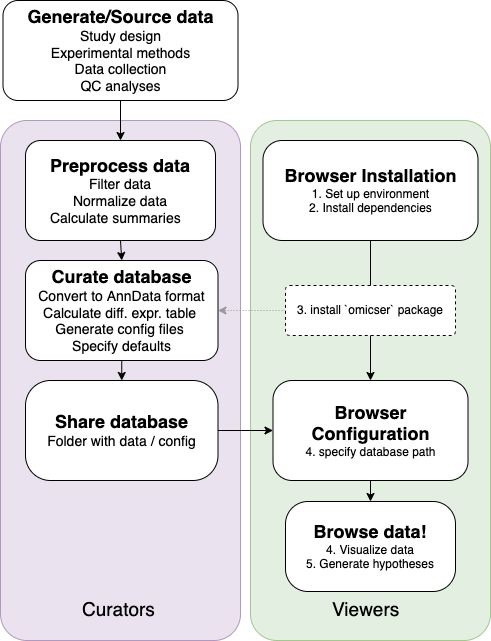
This is man/figures/README-omicser-overview.png from ndcn/omicser, a draw.io export, as it was before one commit. Source tidied: cells renumbered, new cells last; positions are measured from the earlier drawing's top-left corner, leaving out a move shared by most shapes.
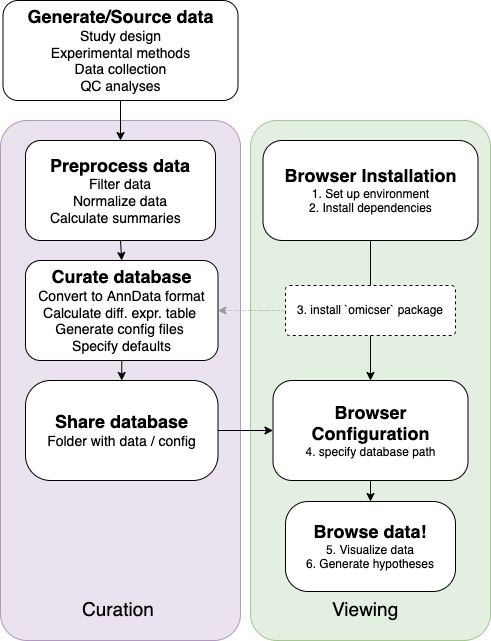
After the commit.

Diff of the diagram source:
```diff
@@ -29,13 +29,13 @@
     <mxCell id="10" value="&lt;span style=&quot;font-size: 18px&quot;&gt;&lt;b&gt;Share database&lt;br&gt;&lt;/b&gt;&lt;/span&gt;&lt;span style=&quot;font-size: 14px&quot;&gt;Folder with data / config&lt;/span&gt;" style="rounded=1;whiteSpace=wrap;html=1;align=center;arcSize=25;" parent="1" vertex="1">
       <mxGeometry x="25" y="380" width="192.5" height="100" as="geometry" />
     </mxCell>
-    <mxCell id="11" value="&lt;span style=&quot;font-size: 18px&quot;&gt;&lt;b&gt;Browse data!&lt;br&gt;&lt;/b&gt;&lt;/span&gt;4. Visualize data&lt;br&gt;5. Generate hypotheses" style="rounded=1;whiteSpace=wrap;html=1;align=center;arcSize=25;" parent="1" vertex="1">
+    <mxCell id="11" value="&lt;span style=&quot;font-size: 18px&quot;&gt;&lt;b&gt;Browse data!&lt;br&gt;&lt;/b&gt;&lt;/span&gt;5. Visualize data&lt;br&gt;6. Generate hypotheses" style="rounded=1;whiteSpace=wrap;html=1;align=center;arcSize=25;" parent="1" vertex="1">
       <mxGeometry x="285" y="501" width="170" height="90" as="geometry" />
     </mxCell>
-    <mxCell id="12" value="&lt;span style=&quot;font-size: 19px&quot;&gt;Viewers&lt;/span&gt;" style="text;whiteSpace=wrap;html=1;" parent="1" vertex="1">
+    <mxCell id="12" value="&lt;span style=&quot;font-size: 19px&quot;&gt;Viewing&lt;/span&gt;" style="text;whiteSpace=wrap;html=1;" parent="1" vertex="1">
       <mxGeometry x="330" y="591" width="80" height="30" as="geometry" />
     </mxCell>
-    <mxCell id="13" value="Curators" style="text;whiteSpace=wrap;fontSize=19;" parent="1" vertex="1">
+    <mxCell id="13" value="Curation" style="text;whiteSpace=wrap;fontSize=19;" parent="1" vertex="1">
       <mxGeometry x="80" y="591" width="80" height="30" as="geometry" />
     </mxCell>
     <mxCell id="14" value="&lt;font&gt;&lt;b style=&quot;font-size: 18px&quot;&gt;Curate database&lt;br&gt;&lt;/b&gt;&lt;font style=&quot;text-align: left&quot;&gt;&lt;div style=&quot;text-align: center ; font-size: 14px&quot;&gt;Convert to AnnData format&lt;/div&gt;&lt;div style=&quot;text-align: center ; font-size: 14px&quot;&gt;Calculate diff. expr. table&amp;nbsp;&lt;/div&gt;&lt;div style=&quot;text-align: center ; font-size: 14px&quot;&gt;Generate config files&amp;nbsp;&lt;/div&gt;&lt;div style=&quot;text-align: center ; font-size: 14px&quot;&gt;Specify defaults&lt;/div&gt;&lt;/font&gt;&lt;/font&gt;" style="rounded=1;whiteSpace=wrap;html=1;" parent="1" vertex="1">
```
